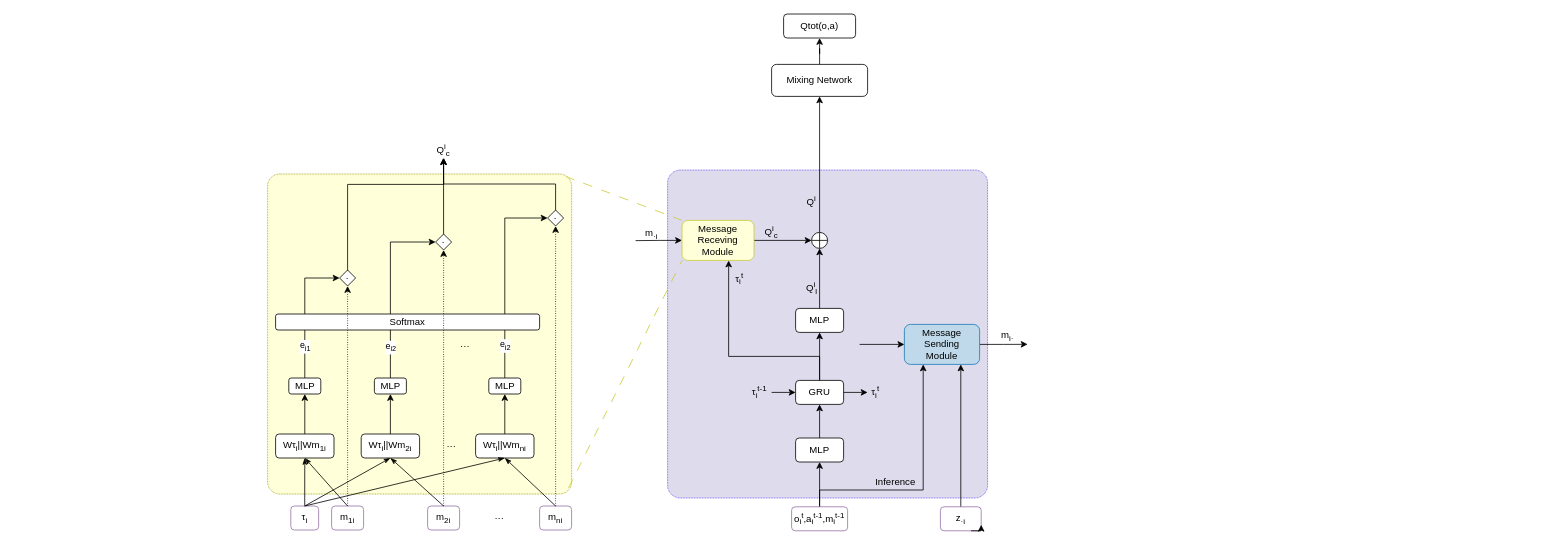
fan-zine/drawio keeps this draw.io diagram as network.drawio. Above is the earlier version. Source tidied: cells renumbered, new cells numbered last; positions are measured from the earlier drawing's top-left corner, leaving out a move shared by most shapes. Both pictures are drawn from the tidied source at 80%, with x=0, y=0 at pixel (267, 14). Pictures stored in the file or linked from it are replaced by grey dashed boxes.
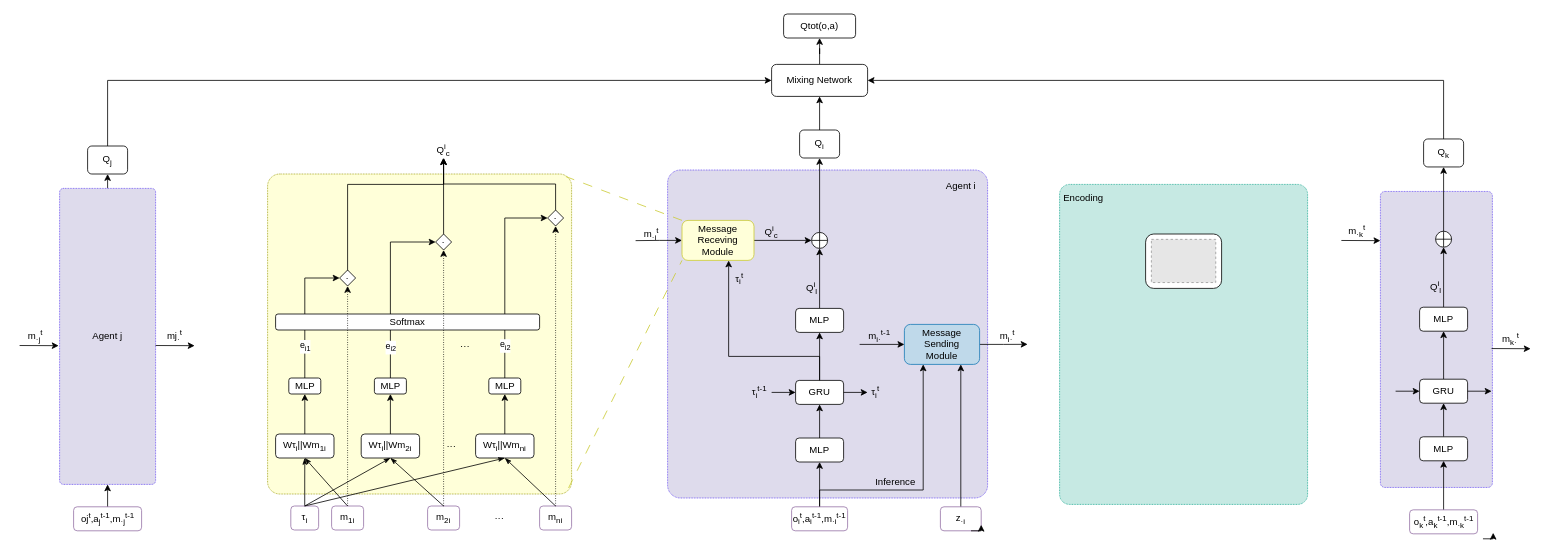
The same diagram, later.

Unchanged cells that the change refers to:
```xml
<mxCell id="18" value="Mixing Network" style="rounded=1;whiteSpace=wrap;html=1;" parent="1" vertex="1">
  <mxGeometry x="630" y="63" width="120" height="40" as="geometry" />
</mxCell>
<mxCell id="34" style="shape=orEllipse;perimeter=ellipsePerimeter;whiteSpace=wrap;html=1;backgroundOutline=1;" parent="1" vertex="1">
  <mxGeometry x="680" y="273" width="20" height="20" as="geometry" />
</mxCell>
```

Change to the diagram source:
```diff
@@
-    <mxCell id="14" value="o&lt;sub&gt;i&lt;/sub&gt;&lt;sup&gt;t&lt;/sup&gt;,a&lt;sub&gt;i&lt;/sub&gt;&lt;sup&gt;t-1&lt;/sup&gt;,m&lt;sub&gt;i&lt;/sub&gt;&lt;sup&gt;t-1&lt;/sup&gt;" style="text;html=1;align=center;verticalAlign=middle;whiteSpace=wrap;rounded=1;fillColor=none;strokeColor=#9673a6;" parent="1" vertex="1">
+    <mxCell id="14" value="o&lt;sub&gt;i&lt;/sub&gt;&lt;sup&gt;t&lt;/sup&gt;,a&lt;sub&gt;i&lt;/sub&gt;&lt;sup&gt;t-1&lt;/sup&gt;,m&lt;sub&gt;·i&lt;/sub&gt;&lt;sup&gt;t-1&lt;/sup&gt;" style="text;html=1;align=center;verticalAlign=middle;whiteSpace=wrap;rounded=1;fillColor=none;strokeColor=#9673a6;" parent="1" vertex="1">
       <mxGeometry x="655" y="616" width="70" height="30" as="geometry" />
     </mxCell>
@@
-    <mxCell id="33" style="edgeStyle=orthogonalEdgeStyle;rounded=0;jettySize=auto;html=1;exitX=0.5;exitY=0;exitDx=0;exitDy=0;entryX=0.5;entryY=1;entryDx=0;entryDy=0;fontFamily=Helvetica;fontSize=12;fontColor=default;" parent="1" edge="1" source="34" target="18">
-      <mxGeometry relative="1" as="geometry" />
-    </mxCell>
+    <mxCell id="80" style="edgeStyle=orthogonalEdgeStyle;rounded=0;jettySize=auto;html=1;exitX=0.5;exitY=0;exitDx=0;exitDy=0;entryX=0.5;entryY=1;entryDx=0;entryDy=0;fontFamily=Helvetica;fontSize=12;fontColor=default;" parent="1" edge="1" source="34" target="36">
+      <mxGeometry relative="1" as="geometry" />
+    </mxCell>
@@
-    <mxCell id="36" value="Q&lt;sup&gt;i&lt;/sup&gt;" style="text;html=1;align=center;verticalAlign=middle;whiteSpace=wrap;rounded=0;" parent="1" vertex="1">
-      <mxGeometry x="650" y="218" width="60" height="30" as="geometry" />
-    </mxCell>
@@
-    <mxCell id="39" value="m&lt;sub&gt;i·&lt;/sub&gt;" style="text;html=1;align=center;verticalAlign=middle;whiteSpace=wrap;rounded=0;" parent="1" vertex="1">
+    <mxCell id="39" value="m&lt;sub&gt;i·&lt;/sub&gt;&lt;sup&gt;t&lt;/sup&gt;" style="text;html=1;align=center;verticalAlign=middle;whiteSpace=wrap;rounded=0;" parent="1" vertex="1">
       <mxGeometry x="910" y="388" width="30" height="30" as="geometry" />
     </mxCell>
@@
-    <mxCell id="41" value="m&lt;sub&gt;·i&lt;/sub&gt;" style="text;html=1;align=center;verticalAlign=middle;whiteSpace=wrap;rounded=0;" parent="1" vertex="1">
+    <mxCell id="41" value="m&lt;sub&gt;·i&lt;/sub&gt;&lt;sup&gt;t&lt;/sup&gt;" style="text;html=1;align=center;verticalAlign=middle;whiteSpace=wrap;rounded=0;" parent="1" vertex="1">
       <mxGeometry x="460" y="265" width="40" height="20" as="geometry" />
     </mxCell>
@@
+    <mxCell id="81" value="m&lt;sub&gt;i·&lt;/sub&gt;&lt;sup&gt;t-1&lt;/sup&gt;" style="text;html=1;align=center;verticalAlign=middle;whiteSpace=wrap;rounded=0;" parent="1" vertex="1">
+      <mxGeometry x="750" y="388" width="30" height="30" as="geometry" />
+    </mxCell>
+    <mxCell id="82" style="rounded=1;whiteSpace=wrap;html=1;strokeColor=#5e40f2;align=center;verticalAlign=middle;fontFamily=Helvetica;fontSize=12;fillColor=#dedbec;shadow=0;glass=0;arcSize=4;dashed=1;dashPattern=1 1;" parent="1" vertex="1">
+      <mxGeometry x="1391" y="221.8" width="140" height="370" as="geometry" />
+    </mxCell>
+    <mxCell id="83" style="edgeStyle=orthogonalEdgeStyle;rounded=0;jettySize=auto;html=1;exitX=0.5;exitY=0;exitDx=0;exitDy=0;entryX=0.5;entryY=1;entryDx=0;entryDy=0;fontFamily=Helvetica;fontSize=12;fontColor=default;" parent="1" edge="1" source="84" target="107">
+      <mxGeometry relative="1" as="geometry" />
+    </mxCell>
+    <mxCell id="84" value="o&lt;sub&gt;k&lt;/sub&gt;&lt;sup&gt;t&lt;/sup&gt;,a&lt;sub&gt;k&lt;/sub&gt;&lt;sup&gt;t-1&lt;/sup&gt;,m&lt;sub&gt;·k&lt;/sub&gt;&lt;sup&gt;t-1&lt;/sup&gt;" style="text;html=1;align=center;verticalAlign=middle;whiteSpace=wrap;rounded=1;fillColor=none;strokeColor=#9673a6;" parent="1" vertex="1">
+      <mxGeometry x="1427.5" y="619.8" width="85" height="30" as="geometry" />
+    </mxCell>
+    <mxCell id="85" value="m&lt;sub&gt;k·&lt;/sub&gt;&lt;sup&gt;t&lt;/sup&gt;" style="text;html=1;align=center;verticalAlign=middle;whiteSpace=wrap;rounded=0;" parent="1" vertex="1">
+      <mxGeometry x="1539.4" y="391.8" width="30" height="30" as="geometry" />
+    </mxCell>
+    <mxCell id="86" value="m&lt;sub&gt;·k&lt;/sub&gt;&lt;sup&gt;t&lt;/sup&gt;" style="text;html=1;align=center;verticalAlign=middle;whiteSpace=wrap;rounded=0;" parent="1" vertex="1">
+      <mxGeometry x="1342.2" y="261.7" width="40" height="20" as="geometry" />
+    </mxCell>
+    <mxCell id="87" style="edgeStyle=orthogonalEdgeStyle;rounded=0;orthogonalLoop=1;jettySize=auto;html=1;exitX=0.75;exitY=1;exitDx=0;exitDy=0;entryX=1;entryY=0.75;entryDx=0;entryDy=0;fontFamily=Helvetica;fontSize=12;fontColor=default;" parent="1" edge="1">
+      <mxGeometry relative="1" as="geometry">
+        <mxPoint x="1519.2" y="656" as="sourcePoint" />
+        <mxPoint x="1532" y="648.5" as="targetPoint" />
+      </mxGeometry>
+    </mxCell>
+    <mxCell id="88" style="endArrow=classic;html=1;rounded=0;fontFamily=Helvetica;fontSize=12;fontColor=default;entryX=-0.003;entryY=0.22;entryDx=0;entryDy=0;entryPerimeter=0;" parent="1" edge="1">
+      <mxGeometry relative="1" as="geometry">
+        <mxPoint x="1342.2" y="283.1" as="sourcePoint" />
+        <mxPoint x="1391" y="283.3" as="targetPoint" />
+      </mxGeometry>
+    </mxCell>
+    <mxCell id="89" style="endArrow=classic;html=1;rounded=0;fontFamily=Helvetica;fontSize=12;fontColor=default;entryX=-0.003;entryY=0.22;entryDx=0;entryDy=0;entryPerimeter=0;" parent="1" edge="1">
+      <mxGeometry relative="1" as="geometry">
+        <mxPoint x="1530" y="418.2" as="sourcePoint" />
+        <mxPoint x="1578.8" y="418.4" as="targetPoint" />
+      </mxGeometry>
+    </mxCell>
+    <mxCell id="90" value="Agent i" style="text;html=1;align=center;verticalAlign=middle;whiteSpace=wrap;rounded=0;fontFamily=Helvetica;fontSize=12;fontColor=default;" parent="1" vertex="1">
+      <mxGeometry x="836.5" y="200" width="60" height="30" as="geometry" />
+    </mxCell>
+    <mxCell id="91" style="edgeStyle=orthogonalEdgeStyle;rounded=0;jettySize=auto;html=1;exitX=0.5;exitY=0;exitDx=0;exitDy=0;entryX=0.5;entryY=1;entryDx=0;entryDy=0;fontFamily=Helvetica;fontSize=12;fontColor=default;" parent="1" edge="1" source="92" target="103">
+      <mxGeometry relative="1" as="geometry" />
+    </mxCell>
+    <mxCell id="92" value="Agent j" style="rounded=1;whiteSpace=wrap;html=1;strokeColor=#5e40f2;align=center;verticalAlign=middle;fontFamily=Helvetica;fontSize=12;fillColor=#dedbec;shadow=0;glass=0;arcSize=4;dashed=1;dashPattern=1 1;" parent="1" vertex="1">
+      <mxGeometry x="-260" y="218" width="120" height="370" as="geometry" />
+    </mxCell>
+    <mxCell id="93" style="edgeStyle=orthogonalEdgeStyle;rounded=0;jettySize=auto;html=1;exitX=0.5;exitY=0;exitDx=0;exitDy=0;entryX=0.5;entryY=1;entryDx=0;entryDy=0;fontFamily=Helvetica;fontSize=12;fontColor=default;" parent="1" edge="1" source="94" target="92">
+      <mxGeometry relative="1" as="geometry" />
+    </mxCell>
+    <mxCell id="94" value="oj&lt;sup&gt;t&lt;/sup&gt;,a&lt;sub&gt;j&lt;/sub&gt;&lt;sup&gt;t-1&lt;/sup&gt;,m&lt;sub&gt;·j&lt;/sub&gt;&lt;sup&gt;t-1&lt;/sup&gt;" style="text;html=1;align=center;verticalAlign=middle;whiteSpace=wrap;rounded=1;fillColor=none;strokeColor=#9673a6;" parent="1" vertex="1">
+      <mxGeometry x="-242.5" y="616" width="85" height="30" as="geometry" />
+    </mxCell>
+    <mxCell id="95" value="mj&lt;sub&gt;·&lt;/sub&gt;&lt;sup&gt;t&lt;/sup&gt;" style="text;html=1;align=center;verticalAlign=middle;whiteSpace=wrap;rounded=0;" parent="1" vertex="1">
+      <mxGeometry x="-130.6" y="388" width="30" height="30" as="geometry" />
+    </mxCell>
+    <mxCell id="96" value="m&lt;sub&gt;·j&lt;/sub&gt;&lt;sup&gt;t&lt;/sup&gt;" style="text;html=1;align=center;verticalAlign=middle;whiteSpace=wrap;rounded=0;" parent="1" vertex="1">
+      <mxGeometry x="-310" y="393" width="40" height="20" as="geometry" />
+    </mxCell>
+    <mxCell id="97" style="endArrow=classic;html=1;rounded=0;fontFamily=Helvetica;fontSize=12;fontColor=default;entryX=-0.003;entryY=0.22;entryDx=0;entryDy=0;entryPerimeter=0;" parent="1" edge="1">
+      <mxGeometry relative="1" as="geometry">
+        <mxPoint x="-310" y="414.4" as="sourcePoint" />
+        <mxPoint x="-261.2" y="414.6" as="targetPoint" />
+      </mxGeometry>
+    </mxCell>
+    <mxCell id="98" style="endArrow=classic;html=1;rounded=0;fontFamily=Helvetica;fontSize=12;fontColor=default;entryX=-0.003;entryY=0.22;entryDx=0;entryDy=0;entryPerimeter=0;" parent="1" edge="1">
+      <mxGeometry relative="1" as="geometry">
+        <mxPoint x="-140" y="414.4" as="sourcePoint" />
+        <mxPoint x="-91.2" y="414.6" as="targetPoint" />
+      </mxGeometry>
+    </mxCell>
+    <mxCell id="99" style="edgeStyle=orthogonalEdgeStyle;rounded=0;jettySize=auto;html=1;exitX=0.5;exitY=0;exitDx=0;exitDy=0;entryX=0.5;entryY=1;entryDx=0;entryDy=0;fontFamily=Helvetica;fontSize=12;fontColor=default;" parent="1" edge="1" source="36" target="18">
+      <mxGeometry relative="1" as="geometry" />
+    </mxCell>
+    <mxCell id="36" value="Q&lt;sub&gt;i&lt;/sub&gt;" style="rounded=1;whiteSpace=wrap;html=1;strokeColor=default;align=center;verticalAlign=middle;fontFamily=Helvetica;fontSize=12;fontColor=default;fillColor=default;" parent="1" vertex="1">
+      <mxGeometry x="665" y="145" width="50" height="35" as="geometry" />
+    </mxCell>
+    <mxCell id="100" style="edgeStyle=orthogonalEdgeStyle;rounded=0;jettySize=auto;html=1;exitX=0.5;exitY=0;exitDx=0;exitDy=0;entryX=1;entryY=0.5;entryDx=0;entryDy=0;fontFamily=Helvetica;fontSize=12;fontColor=default;" parent="1" edge="1" source="101" target="18">
+      <mxGeometry relative="1" as="geometry" />
+    </mxCell>
+    <mxCell id="101" value="Q&lt;sub&gt;k&lt;/sub&gt;" style="rounded=1;whiteSpace=wrap;html=1;strokeColor=default;align=center;verticalAlign=middle;fontFamily=Helvetica;fontSize=12;fontColor=default;fillColor=default;" parent="1" vertex="1">
+      <mxGeometry x="1445" y="156.2" width="50" height="35" as="geometry" />
+    </mxCell>
+    <mxCell id="102" style="edgeStyle=orthogonalEdgeStyle;rounded=0;jettySize=auto;html=1;exitX=0.5;exitY=0;exitDx=0;exitDy=0;entryX=0;entryY=0.5;entryDx=0;entryDy=0;fontFamily=Helvetica;fontSize=12;fontColor=default;" parent="1" edge="1" source="103" target="18">
+      <mxGeometry relative="1" as="geometry" />
+    </mxCell>
+    <mxCell id="103" value="Q&lt;sub&gt;j&lt;/sub&gt;" style="rounded=1;whiteSpace=wrap;html=1;strokeColor=default;align=center;verticalAlign=middle;fontFamily=Helvetica;fontSize=12;fontColor=default;fillColor=default;" parent="1" vertex="1">
+      <mxGeometry x="-225" y="165" width="50" height="35" as="geometry" />
+    </mxCell>
+    <mxCell id="104" style="rounded=1;whiteSpace=wrap;html=1;strokeColor=#0ba289;align=center;verticalAlign=middle;fontFamily=Helvetica;fontSize=12;fillColor=#c6e9e3;shadow=0;glass=0;arcSize=4;dashed=1;dashPattern=1 1;" parent="1" vertex="1">
+      <mxGeometry x="990" y="213" width="310" height="400" as="geometry" />
+    </mxCell>
+    <mxCell id="105" value="Encoding" style="text;html=1;align=center;verticalAlign=middle;whiteSpace=wrap;rounded=0;fontFamily=Helvetica;fontSize=12;fontColor=default;" parent="1" vertex="1">
+      <mxGeometry x="990" y="215" width="60" height="30" as="geometry" />
+    </mxCell>
+    <mxCell id="106" style="edgeStyle=orthogonalEdgeStyle;rounded=0;jettySize=auto;html=1;exitX=0.5;exitY=0;exitDx=0;exitDy=0;entryX=0.5;entryY=1;entryDx=0;entryDy=0;" parent="1" edge="1" source="107" target="109">
+      <mxGeometry relative="1" as="geometry" />
+    </mxCell>
+    <mxCell id="107" value="MLP" style="rounded=1;whiteSpace=wrap;html=1;" parent="1" vertex="1">
+      <mxGeometry x="1440" y="528.5" width="60" height="30" as="geometry" />
+    </mxCell>
+    <mxCell id="108" style="edgeStyle=orthogonalEdgeStyle;rounded=0;jettySize=auto;html=1;exitX=0.5;exitY=0;exitDx=0;exitDy=0;entryX=0.5;entryY=1;entryDx=0;entryDy=0;" parent="1" edge="1" source="109" target="111">
+      <mxGeometry relative="1" as="geometry" />
+    </mxCell>
+    <mxCell id="109" value="GRU" style="rounded=1;whiteSpace=wrap;html=1;" parent="1" vertex="1">
+      <mxGeometry x="1440" y="456.5" width="60" height="30" as="geometry" />
+    </mxCell>
+    <mxCell id="110" style="edgeStyle=orthogonalEdgeStyle;rounded=0;jettySize=auto;html=1;exitX=0.5;exitY=0;exitDx=0;exitDy=0;entryX=0.5;entryY=1;entryDx=0;entryDy=0;fontFamily=Helvetica;fontSize=12;fontColor=default;" parent="1" edge="1" source="111" target="115">
+      <mxGeometry relative="1" as="geometry" />
+    </mxCell>
+    <mxCell id="111" value="MLP" style="rounded=1;whiteSpace=wrap;html=1;" parent="1" vertex="1">
+      <mxGeometry x="1440" y="366.5" width="60" height="30" as="geometry" />
+    </mxCell>
+    <mxCell id="112" style="endArrow=classic;html=1;rounded=0;entryX=0;entryY=0.5;entryDx=0;entryDy=0;exitX=1;exitY=0.5;exitDx=0;exitDy=0;" parent="1" edge="1" target="109">
+      <mxGeometry relative="1" as="geometry">
+        <mxPoint x="1410" y="471.5" as="sourcePoint" />
+      </mxGeometry>
+    </mxCell>
+    <mxCell id="113" style="endArrow=classic;html=1;rounded=0;exitX=1;exitY=0.5;exitDx=0;exitDy=0;entryX=0;entryY=0.5;entryDx=0;entryDy=0;" parent="1" edge="1" source="109">
+      <mxGeometry relative="1" as="geometry">
+        <mxPoint x="1530" y="471.5" as="targetPoint" />
+      </mxGeometry>
+    </mxCell>
+    <mxCell id="114" style="edgeStyle=orthogonalEdgeStyle;rounded=0;jettySize=auto;html=1;exitX=0.5;exitY=0;exitDx=0;exitDy=0;entryX=0.5;entryY=1;entryDx=0;entryDy=0;fontFamily=Helvetica;fontSize=12;fontColor=default;" parent="1" edge="1" source="115" target="101">
+      <mxGeometry relative="1" as="geometry" />
+    </mxCell>
+    <mxCell id="115" style="shape=orEllipse;perimeter=ellipsePerimeter;whiteSpace=wrap;html=1;backgroundOutline=1;" parent="1" vertex="1">
+      <mxGeometry x="1460" y="271.5" width="20" height="20" as="geometry" />
+    </mxCell>
+    <mxCell id="116" value="Q&lt;sup&gt;i&lt;/sup&gt;&lt;sub&gt;l&lt;/sub&gt;" style="text;html=1;align=center;verticalAlign=middle;whiteSpace=wrap;rounded=0;" parent="1" vertex="1">
+      <mxGeometry x="1447.5" y="326.5" width="25" height="30" as="geometry" />
+    </mxCell>
+    <mxCell id="117" style="rounded=1;whiteSpace=wrap;html=1;strokeColor=default;align=center;verticalAlign=middle;fontFamily=Helvetica;fontSize=12;fontColor=default;fillColor=default;" parent="1" vertex="1">
+      <mxGeometry x="1097.5" y="275" width="95" height="68" as="geometry" />
+    </mxCell>
+    <mxCell id="118" style="fillColor=#E6E6E6;strokeColor=#999999;dashed=1;verticalLabelPosition=bottom;labelBackgroundColor=default;verticalAlign=top;" parent="1" vertex="1">
+      <mxGeometry x="1104.7" y="281.7" width="80.5" height="54" as="geometry" />
+    </mxCell>
```
